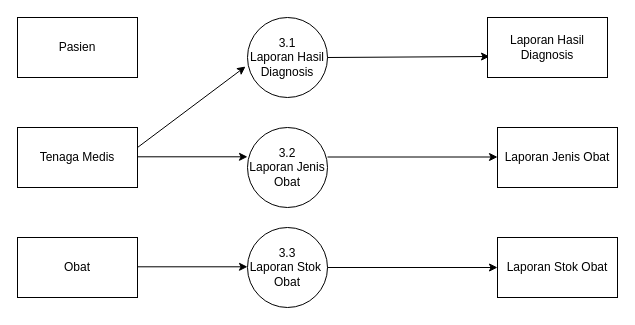
Earlier version of the draw.io diagram page "Page-5" (5 of 7) of Untitled Diagram.drawio (EkaAyuu/Portofolio-Eka). Source tidied: cells renumbered, new cells numbered last; positions are measured from the earlier drawing's top-left corner, leaving out a move shared by most shapes. Both pictures are drawn from the tidied source at 100%, with x=0, y=0 at pixel (17, 17).
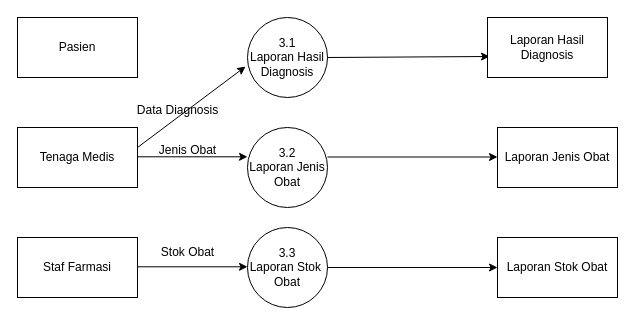
After the change.

Diff of the diagram source:
```diff
@@
-    <mxCell id="2" value="Obat" style="rounded=0;whiteSpace=wrap;html=1;" parent="1" vertex="1">
+    <mxCell id="2" value="Staf Farmasi" style="rounded=0;whiteSpace=wrap;html=1;" parent="1" vertex="1">
       <mxGeometry y="220" width="120" height="60" as="geometry" />
     </mxCell>
@@
+    <mxCell id="17" value="Data Diagnosis" style="text;html=1;align=center;verticalAlign=middle;strokeColor=none;fillColor=none;" parent="1" vertex="1">
+      <mxGeometry x="110" y="78" width="100" height="30" as="geometry" />
+    </mxCell>
+    <mxCell id="18" value="Jenis Obat" style="text;html=1;align=center;verticalAlign=middle;strokeColor=none;fillColor=none;" parent="1" vertex="1">
+      <mxGeometry x="130" y="118" width="80" height="30" as="geometry" />
+    </mxCell>
+    <mxCell id="19" value="Stok Obat" style="text;html=1;align=center;verticalAlign=middle;strokeColor=none;fillColor=none;" parent="1" vertex="1">
+      <mxGeometry x="130" y="220" width="80" height="30" as="geometry" />
+    </mxCell>
```
